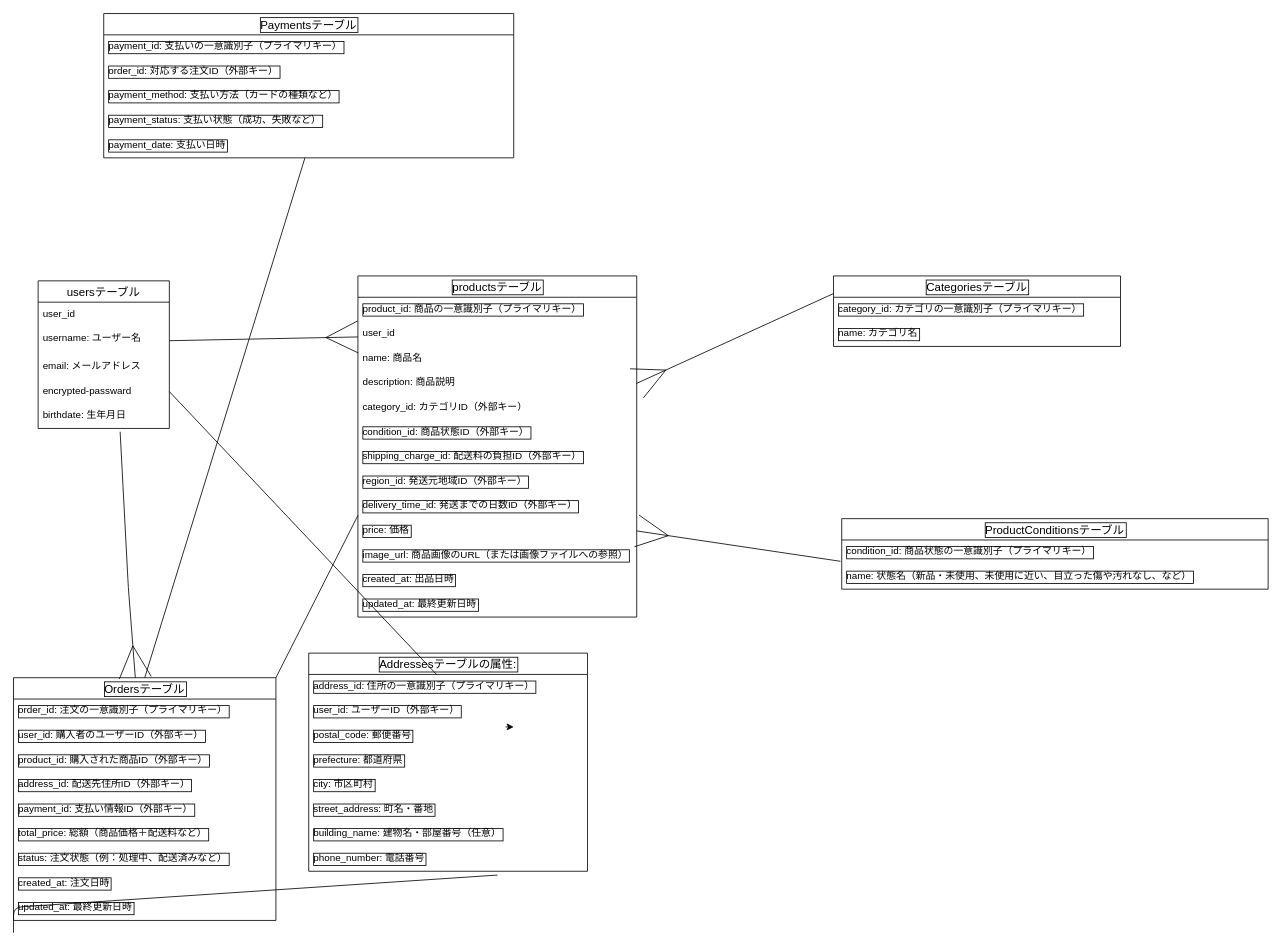
bluepwcst/furima-40031 keeps this draw.io diagram as test.dio. Above is the earlier version. Source tidied: cells renumbered, new cells numbered last; positions are measured from the earlier drawing's top-left corner, leaving out a move shared by most shapes. Both pictures are drawn from the tidied source at 82%, with x=0, y=0 at pixel (13, 13).
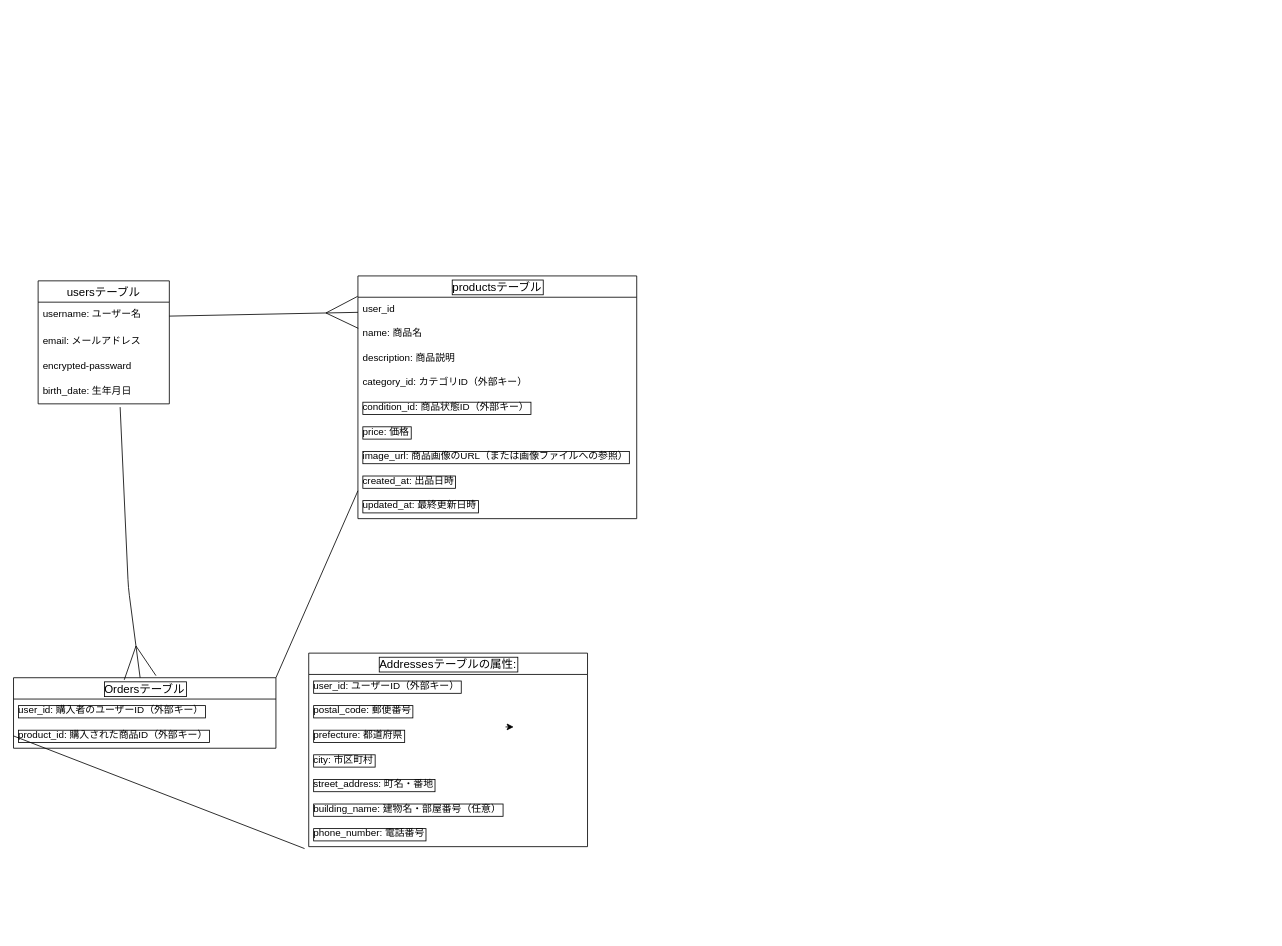
Above is the later version.

Commit message (it also covers changes not shown here):
データベース修正

Change to the diagram source:
```diff
@@
     <mxCell id="2" value="productsテーブル" style="swimlane;fontStyle=0;horizontal=1;startSize=26;align=center;fontSize=14;labelBorderColor=default;" parent="1" vertex="1">
-      <mxGeometry x="420" y="320" width="340" height="416" as="geometry" />
+      <mxGeometry x="420" y="320" width="340" height="296" as="geometry" />
     </mxCell>
-    <mxCell id="3" value="product_id: 商品の一意識別子（プライマリキー）" style="text;strokeColor=none;fillColor=none;spacingLeft=4;spacingRight=4;overflow=hidden;fontSize=12;labelBorderColor=default;" parent="2" vertex="1">
-      <mxGeometry y="26" width="340" height="30" as="geometry" />
-    </mxCell>
     <mxCell id="4" value="user_id&#10;&#10;" style="text;strokeColor=none;fillColor=none;spacingLeft=4;spacingRight=4;overflow=hidden;points=[[0,0.5],[1,0.5]];portConstraint=eastwest;fontSize=12;" parent="2" vertex="1">
-      <mxGeometry y="56" width="340" height="30" as="geometry" />
+      <mxGeometry y="26" width="340" height="30" as="geometry" />
     </mxCell>
     <mxCell id="5" value="name: 商品名" style="text;strokeColor=none;fillColor=none;spacingLeft=4;spacingRight=4;overflow=hidden;fontSize=12;" parent="2" vertex="1">
-      <mxGeometry y="86" width="340" height="30" as="geometry" />
+      <mxGeometry y="56" width="340" height="30" as="geometry" />
     </mxCell>
     <mxCell id="6" value="description: 商品説明" style="text;strokeColor=none;fillColor=none;spacingLeft=4;spacingRight=4;overflow=hidden;points=[[0,0.5],[1,0.5]];portConstraint=eastwest;fontSize=12;" parent="2" vertex="1">
-      <mxGeometry y="116" width="340" height="30" as="geometry" />
+      <mxGeometry y="86" width="340" height="30" as="geometry" />
     </mxCell>
     <mxCell id="7" value="category_id: カテゴリID（外部キー）" style="text;strokeColor=none;fillColor=none;spacingLeft=4;spacingRight=4;overflow=hidden;fontSize=12;" parent="2" vertex="1">
-      <mxGeometry y="146" width="340" height="30" as="geometry" />
+      <mxGeometry y="116" width="340" height="30" as="geometry" />
     </mxCell>
     <mxCell id="8" value="condition_id: 商品状態ID（外部キー）" style="text;strokeColor=none;fillColor=none;spacingLeft=4;spacingRight=4;overflow=hidden;fontSize=12;labelBorderColor=default;" parent="2" vertex="1">
-      <mxGeometry y="176" width="340" height="30" as="geometry" />
+      <mxGeometry y="146" width="340" height="30" as="geometry" />
     </mxCell>
-    <mxCell id="9" value="shipping_charge_id: 配送料の負担ID（外部キー）" style="text;strokeColor=none;fillColor=none;spacingLeft=4;spacingRight=4;overflow=hidden;fontSize=12;labelBorderColor=default;" parent="2" vertex="1">
-      <mxGeometry y="206" width="340" height="30" as="geometry" />
-    </mxCell>
-    <mxCell id="10" value="region_id: 発送元地域ID（外部キー）&#10;" style="text;strokeColor=none;fillColor=none;spacingLeft=4;spacingRight=4;overflow=hidden;fontSize=12;labelBorderColor=default;" parent="2" vertex="1">
-      <mxGeometry y="236" width="340" height="30" as="geometry" />
-    </mxCell>
-    <mxCell id="11" value="delivery_time_id: 発送までの日数ID（外部キー）" style="text;strokeColor=none;fillColor=none;spacingLeft=4;spacingRight=4;overflow=hidden;points=[[0,0.5],[1,0.5]];portConstraint=eastwest;fontSize=12;labelBorderColor=default;" parent="2" vertex="1">
-      <mxGeometry y="266" width="340" height="30" as="geometry" />
-    </mxCell>
     <mxCell id="12" value="price: 価格" style="text;strokeColor=none;fillColor=none;spacingLeft=4;spacingRight=4;overflow=hidden;points=[[0,0.5],[1,0.5]];portConstraint=eastwest;fontSize=12;labelBorderColor=default;" parent="2" vertex="1">
-      <mxGeometry y="296" width="340" height="30" as="geometry" />
+      <mxGeometry y="176" width="340" height="30" as="geometry" />
     </mxCell>
     <mxCell id="13" value="image_url: 商品画像のURL（または画像ファイルへの参照）" style="text;strokeColor=none;fillColor=none;spacingLeft=4;spacingRight=4;overflow=hidden;fontSize=12;labelBorderColor=default;" parent="2" vertex="1">
-      <mxGeometry y="326" width="340" height="30" as="geometry" />
+      <mxGeometry y="206" width="340" height="30" as="geometry" />
     </mxCell>
     <mxCell id="14" value="created_at: 出品日時" style="text;strokeColor=none;fillColor=none;spacingLeft=4;spacingRight=4;overflow=hidden;fontSize=12;labelBorderColor=default;" parent="2" vertex="1">
-      <mxGeometry y="356" width="340" height="30" as="geometry" />
+      <mxGeometry y="236" width="340" height="30" as="geometry" />
     </mxCell>
     <mxCell id="15" value="updated_at: 最終更新日時&#10;" style="text;strokeColor=none;fillColor=none;spacingLeft=4;spacingRight=4;overflow=hidden;fontSize=12;labelBorderColor=default;" parent="2" vertex="1">
-      <mxGeometry y="386" width="340" height="30" as="geometry" />
+      <mxGeometry y="266" width="340" height="30" as="geometry" />
     </mxCell>
     <mxCell id="16" value="usersテーブル" style="swimlane;fontStyle=0;horizontal=1;startSize=26;align=center;fontSize=14;" parent="1" vertex="1">
-      <mxGeometry x="30" y="326" width="160" height="180" as="geometry" />
+      <mxGeometry x="30" y="326" width="160" height="150" as="geometry" />
     </mxCell>
-    <mxCell id="17" value="user_id" style="text;strokeColor=none;fillColor=none;spacingLeft=4;spacingRight=4;overflow=hidden;fontSize=12;" parent="16" vertex="1">
-      <mxGeometry y="26" width="160" height="30" as="geometry" />
-    </mxCell>
     <mxCell id="18" value="username: ユーザー名&#10;" style="text;strokeColor=none;fillColor=none;spacingLeft=4;spacingRight=4;overflow=hidden;points=[[0,0.5],[1,0.5]];portConstraint=eastwest;fontSize=12;" parent="16" vertex="1">
-      <mxGeometry y="56" width="160" height="34" as="geometry" />
+      <mxGeometry y="26" width="160" height="34" as="geometry" />
     </mxCell>
     <mxCell id="19" value="email: メールアドレス&#10;" style="text;strokeColor=none;fillColor=none;spacingLeft=4;spacingRight=4;overflow=hidden;fontSize=12;" parent="16" vertex="1">
-      <mxGeometry y="90" width="160" height="30" as="geometry" />
+      <mxGeometry y="60" width="160" height="30" as="geometry" />
     </mxCell>
     <mxCell id="20" value="encrypted-passward" style="text;strokeColor=none;fillColor=none;spacingLeft=4;spacingRight=4;overflow=hidden;points=[[0,0.5],[1,0.5]];portConstraint=eastwest;fontSize=12;" parent="16" vertex="1">
-      <mxGeometry y="120" width="160" height="30" as="geometry" />
+      <mxGeometry y="90" width="160" height="30" as="geometry" />
     </mxCell>
-    <mxCell id="21" value="birthdate: 生年月日" style="text;strokeColor=none;fillColor=none;spacingLeft=4;spacingRight=4;overflow=hidden;points=[[0,0.5],[1,0.5]];portConstraint=eastwest;fontSize=12;" parent="16" vertex="1">
-      <mxGeometry y="150" width="160" height="30" as="geometry" />
+    <mxCell id="21" value="birth_date: 生年月日" style="text;strokeColor=none;fillColor=none;spacingLeft=4;spacingRight=4;overflow=hidden;points=[[0,0.5],[1,0.5]];portConstraint=eastwest;fontSize=12;" parent="16" vertex="1">
+      <mxGeometry y="120" width="160" height="30" as="geometry" />
     </mxCell>
-    <mxCell id="22" style="edgeStyle=none;html=1;exitX=1;exitY=0;exitDx=0;exitDy=0;entryX=0;entryY=0.867;entryDx=0;entryDy=0;entryPerimeter=0;shadow=0;strokeWidth=1;startArrow=none;startFill=0;endArrow=none;endFill=0;startSize=37;endSize=37;" parent="1" edge="1" source="24" target="11">
-      <mxGeometry relative="1" as="geometry" />
+    <mxCell id="22" style="edgeStyle=none;html=1;exitX=1;exitY=0;exitDx=0;exitDy=0;entryX=0;entryY=0.867;entryDx=0;entryDy=0;entryPerimeter=0;shadow=0;strokeWidth=1;startArrow=none;startFill=0;endArrow=none;endFill=0;startSize=37;endSize=37;" parent="1" edge="1" source="24">
+      <mxGeometry relative="1" as="geometry">
+        <mxPoint x="420" y="582" as="targetPoint" />
+      </mxGeometry>
     </mxCell>
-    <mxCell id="23" style="edgeStyle=none;html=1;exitX=0.5;exitY=0;exitDx=0;exitDy=0;shadow=0;strokeWidth=1;startArrow=none;startFill=0;endArrow=none;endFill=0;startSize=37;endSize=37;elbow=vertical;" parent="1" edge="1" source="24" target="49">
-      <mxGeometry relative="1" as="geometry" />
-    </mxCell>
     <mxCell id="24" value="Ordersテーブル" style="swimlane;fontStyle=0;horizontal=1;startSize=26;align=center;fontSize=14;labelBorderColor=default;" parent="1" vertex="1">
-      <mxGeometry y="810" width="320" height="296" as="geometry" />
+      <mxGeometry y="810" width="320" height="86" as="geometry" />
     </mxCell>
-    <mxCell id="25" value="order_id: 注文の一意識別子（プライマリキー）" style="text;strokeColor=none;fillColor=none;spacingLeft=4;spacingRight=4;overflow=hidden;fontSize=12;labelBorderColor=default;" parent="24" vertex="1">
-      <mxGeometry y="26" width="320" height="30" as="geometry" />
-    </mxCell>
     <mxCell id="26" value="user_id: 購入者のユーザーID（外部キー）" style="text;strokeColor=none;fillColor=none;spacingLeft=4;spacingRight=4;overflow=hidden;fontSize=12;labelBorderColor=default;" parent="24" vertex="1">
-      <mxGeometry y="56" width="320" height="30" as="geometry" />
+      <mxGeometry y="26" width="320" height="30" as="geometry" />
     </mxCell>
     <mxCell id="27" value="product_id: 購入された商品ID（外部キー）" style="text;strokeColor=none;fillColor=none;spacingLeft=4;spacingRight=4;overflow=hidden;points=[[0,0.5],[1,0.5]];portConstraint=eastwest;fontSize=12;labelBorderColor=default;" parent="24" vertex="1">
-      <mxGeometry y="86" width="320" height="30" as="geometry" />
+      <mxGeometry y="56" width="320" height="30" as="geometry" />
     </mxCell>
-    <mxCell id="28" value="address_id: 配送先住所ID（外部キー）" style="text;strokeColor=none;fillColor=none;spacingLeft=4;spacingRight=4;overflow=hidden;fontSize=12;labelBorderColor=default;" parent="24" vertex="1">
-      <mxGeometry y="116" width="320" height="30" as="geometry" />
-    </mxCell>
-    <mxCell id="29" value="payment_id: 支払い情報ID（外部キー）" style="text;strokeColor=none;fillColor=none;spacingLeft=4;spacingRight=4;overflow=hidden;fontSize=12;labelBorderColor=default;" parent="24" vertex="1">
-      <mxGeometry y="146" width="320" height="30" as="geometry" />
-    </mxCell>
-    <mxCell id="30" value="total_price: 総額（商品価格＋配送料など）" style="text;strokeColor=none;fillColor=none;spacingLeft=4;spacingRight=4;overflow=hidden;fontSize=12;labelBorderColor=default;" parent="24" vertex="1">
-      <mxGeometry y="176" width="320" height="30" as="geometry" />
-    </mxCell>
-    <mxCell id="31" value="status: 注文状態（例：処理中、配送済みなど）&#10;" style="text;strokeColor=none;fillColor=none;spacingLeft=4;spacingRight=4;overflow=hidden;fontSize=12;labelBorderColor=default;" parent="24" vertex="1">
-      <mxGeometry y="206" width="320" height="30" as="geometry" />
-    </mxCell>
-    <mxCell id="32" value="created_at: 注文日時&#10;" style="text;strokeColor=none;fillColor=none;spacingLeft=4;spacingRight=4;overflow=hidden;fontSize=12;labelBorderColor=default;" parent="24" vertex="1">
-      <mxGeometry y="236" width="320" height="30" as="geometry" />
-    </mxCell>
-    <mxCell id="33" value="updated_at: 最終更新日時&#10;" style="text;strokeColor=none;fillColor=none;spacingLeft=4;spacingRight=4;overflow=hidden;fontSize=12;labelBorderColor=default;" parent="24" vertex="1">
-      <mxGeometry y="266" width="320" height="30" as="geometry" />
-    </mxCell>
@@
     <mxCell id="35" value="Addressesテーブルの属性:" style="swimlane;fontStyle=0;horizontal=1;startSize=26;align=center;fontSize=14;labelBorderColor=default;" parent="1" vertex="1">
-      <mxGeometry x="360" y="780" width="340" height="266" as="geometry" />
+      <mxGeometry x="360" y="780" width="340" height="236" as="geometry" />
     </mxCell>
-    <mxCell id="36" value="address_id: 住所の一意識別子（プライマリキー）" style="text;strokeColor=none;fillColor=none;spacingLeft=4;spacingRight=4;overflow=hidden;points=[[0,0.5],[1,0.5]];portConstraint=eastwest;fontSize=12;labelBorderColor=default;" parent="35" vertex="1">
-      <mxGeometry y="26" width="340" height="30" as="geometry" />
-    </mxCell>
     <mxCell id="37" value="user_id: ユーザーID（外部キー）" style="text;strokeColor=none;fillColor=none;spacingLeft=4;spacingRight=4;overflow=hidden;fontSize=12;labelBorderColor=default;" parent="35" vertex="1">
-      <mxGeometry y="56" width="340" height="30" as="geometry" />
+      <mxGeometry y="26" width="340" height="30" as="geometry" />
     </mxCell>
     <mxCell id="38" value="postal_code: 郵便番号" style="text;strokeColor=none;fillColor=none;spacingLeft=4;spacingRight=4;overflow=hidden;fontSize=12;labelBorderColor=default;" parent="35" vertex="1">
-      <mxGeometry y="86" width="340" height="30" as="geometry" />
+      <mxGeometry y="56" width="340" height="30" as="geometry" />
     </mxCell>
     <mxCell id="39" value="prefecture: 都道府県" style="text;strokeColor=none;fillColor=none;spacingLeft=4;spacingRight=4;overflow=hidden;fontSize=12;labelBorderColor=default;" parent="35" vertex="1">
-      <mxGeometry y="116" width="340" height="30" as="geometry" />
+      <mxGeometry y="86" width="340" height="30" as="geometry" />
     </mxCell>
     <mxCell id="40" value="city: 市区町村&#10;" style="text;strokeColor=none;fillColor=none;spacingLeft=4;spacingRight=4;overflow=hidden;fontSize=12;labelBorderColor=default;" parent="35" vertex="1">
-      <mxGeometry y="146" width="340" height="30" as="geometry" />
+      <mxGeometry y="116" width="340" height="30" as="geometry" />
     </mxCell>
     <mxCell id="41" value="street_address: 町名・番地&#10;" style="text;strokeColor=none;fillColor=none;spacingLeft=4;spacingRight=4;overflow=hidden;fontSize=12;labelBorderColor=default;" parent="35" vertex="1">
-      <mxGeometry y="176" width="340" height="30" as="geometry" />
+      <mxGeometry y="146" width="340" height="30" as="geometry" />
     </mxCell>
     <mxCell id="42" value="building_name: 建物名・部屋番号（任意）" style="text;strokeColor=none;fillColor=none;spacingLeft=4;spacingRight=4;overflow=hidden;fontSize=12;labelBorderColor=default;" parent="35" vertex="1">
-      <mxGeometry y="206" width="340" height="30" as="geometry" />
+      <mxGeometry y="176" width="340" height="30" as="geometry" />
     </mxCell>
     <mxCell id="43" value="phone_number: 電話番号" style="text;strokeColor=none;fillColor=none;spacingLeft=4;spacingRight=4;overflow=hidden;points=[[0,0.5],[1,0.5]];portConstraint=eastwest;fontSize=12;labelBorderColor=default;" parent="35" vertex="1">
-      <mxGeometry y="236" width="340" height="30" as="geometry" />
+      <mxGeometry y="206" width="340" height="30" as="geometry" />
     </mxCell>
-    <mxCell id="44" value="Paymentsテーブル" style="swimlane;fontStyle=0;horizontal=1;startSize=26;align=center;fontSize=14;labelBorderColor=default;" parent="1" vertex="1">
-      <mxGeometry x="110" width="500" height="176" as="geometry" />
-    </mxCell>
-    <mxCell id="45" value="payment_id: 支払いの一意識別子（プライマリキー）" style="text;strokeColor=none;fillColor=none;spacingLeft=4;spacingRight=4;overflow=hidden;fontSize=12;labelBorderColor=default;" parent="44" vertex="1">
-      <mxGeometry y="26" width="500" height="30" as="geometry" />
-    </mxCell>
-    <mxCell id="46" value="order_id: 対応する注文ID（外部キー）&#10;" style="text;strokeColor=none;fillColor=none;spacingLeft=4;spacingRight=4;overflow=hidden;fontSize=12;labelBorderColor=default;" parent="44" vertex="1">
-      <mxGeometry y="56" width="500" height="30" as="geometry" />
-    </mxCell>
-    <mxCell id="47" value="payment_method: 支払い方法（カードの種類など）&#10;" style="text;strokeColor=none;fillColor=none;spacingLeft=4;spacingRight=4;overflow=hidden;fontSize=12;labelBorderColor=default;" parent="44" vertex="1">
-      <mxGeometry y="86" width="500" height="30" as="geometry" />
-    </mxCell>
-    <mxCell id="48" value="payment_status: 支払い状態（成功、失敗など）" style="text;strokeColor=none;fillColor=none;spacingLeft=4;spacingRight=4;overflow=hidden;fontSize=12;labelBorderColor=default;" parent="44" vertex="1">
-      <mxGeometry y="116" width="500" height="30" as="geometry" />
-    </mxCell>
-    <mxCell id="49" value="payment_date: 支払い日時" style="text;strokeColor=none;fillColor=none;spacingLeft=4;spacingRight=4;overflow=hidden;points=[[0,0.5],[1,0.5]];portConstraint=eastwest;fontSize=12;labelBorderColor=default;" parent="44" vertex="1">
-      <mxGeometry y="146" width="500" height="30" as="geometry" />
-    </mxCell>
@@
-    <mxCell id="51" style="elbow=vertical;html=1;exitX=0;exitY=0.5;exitDx=0;exitDy=0;entryX=0.677;entryY=1.155;entryDx=0;entryDy=0;entryPerimeter=0;shadow=0;strokeWidth=1;startArrow=none;startFill=0;endArrow=none;endFill=0;startSize=37;endSize=37;" parent="1" edge="1" target="43">
-      <mxGeometry relative="1" as="geometry">
-        <mxPoint y="1121" as="sourcePoint" />
-        <Array as="points">
-          <mxPoint y="1090" />
-        </Array>
-      </mxGeometry>
-    </mxCell>
-    <mxCell id="52" style="edgeStyle=none;html=1;exitX=1;exitY=0.5;exitDx=0;exitDy=0;shadow=0;strokeWidth=1;startArrow=none;startFill=0;endArrow=none;endFill=0;startSize=37;endSize=37;elbow=vertical;" parent="1" edge="1" source="20" target="36">
-      <mxGeometry relative="1" as="geometry" />
-    </mxCell>
@@
-    <mxCell id="54" value="Categoriesテーブル" style="swimlane;fontStyle=0;horizontal=1;startSize=26;align=center;fontSize=14;labelBorderColor=default;" parent="1" vertex="1">
-      <mxGeometry x="1000" y="320" width="350" height="86" as="geometry" />
-    </mxCell>
-    <mxCell id="55" value="category_id: カテゴリの一意識別子（プライマリキー）" style="text;strokeColor=none;fillColor=none;spacingLeft=4;spacingRight=4;overflow=hidden;fontSize=12;labelBorderColor=default;" parent="54" vertex="1">
-      <mxGeometry y="26" width="350" height="30" as="geometry" />
-    </mxCell>
-    <mxCell id="56" value="name: カテゴリ名&#10;" style="text;strokeColor=none;fillColor=none;spacingLeft=4;spacingRight=4;overflow=hidden;fontSize=12;labelBorderColor=default;" parent="54" vertex="1">
-      <mxGeometry y="56" width="350" height="30" as="geometry" />
-    </mxCell>
-    <mxCell id="57" value="ProductConditionsテーブル" style="swimlane;fontStyle=0;horizontal=1;startSize=26;align=center;fontSize=14;labelBorderColor=default;" parent="1" vertex="1">
-      <mxGeometry x="1010" y="616" width="520" height="86" as="geometry" />
-    </mxCell>
-    <mxCell id="58" value="condition_id: 商品状態の一意識別子（プライマリキー）" style="text;strokeColor=none;fillColor=none;spacingLeft=4;spacingRight=4;overflow=hidden;fontSize=12;labelBorderColor=default;" parent="57" vertex="1">
-      <mxGeometry y="26" width="520" height="30" as="geometry" />
-    </mxCell>
-    <mxCell id="59" value="name: 状態名（新品・未使用、未使用に近い、目立った傷や汚れなし、など）&#10;" style="text;strokeColor=none;fillColor=none;spacingLeft=4;spacingRight=4;overflow=hidden;points=[[0,0.5],[1,0.5]];portConstraint=eastwest;fontSize=12;labelBorderColor=default;" parent="57" vertex="1">
-      <mxGeometry y="56" width="520" height="30" as="geometry" />
-    </mxCell>
-    <mxCell id="60" style="edgeStyle=none;html=1;exitX=1;exitY=0.5;exitDx=0;exitDy=0;entryX=0;entryY=0.25;entryDx=0;entryDy=0;shadow=0;strokeWidth=1;startArrow=ERmany;startFill=0;endArrow=none;endFill=0;startSize=37;endSize=37;elbow=vertical;" parent="1" edge="1" source="6" target="54">
-      <mxGeometry relative="1" as="geometry" />
-    </mxCell>
-    <mxCell id="61" style="edgeStyle=none;html=1;exitX=1;exitY=0.5;exitDx=0;exitDy=0;entryX=-0.003;entryY=-0.133;entryDx=0;entryDy=0;entryPerimeter=0;shadow=0;strokeWidth=1;startArrow=ERmany;startFill=0;endArrow=none;endFill=0;startSize=37;endSize=37;elbow=vertical;" parent="1" edge="1" source="12" target="59">
-      <mxGeometry relative="1" as="geometry" />
-    </mxCell>
+    <mxCell id="62" style="edgeStyle=none;html=1;exitX=0;exitY=0.5;exitDx=0;exitDy=0;entryX=-0.015;entryY=1.078;entryDx=0;entryDy=0;entryPerimeter=0;shadow=0;strokeWidth=1;startArrow=none;startFill=0;endArrow=none;endFill=0;startSize=37;endSize=37;elbow=vertical;" parent="1" edge="1" source="27" target="43">
+      <mxGeometry relative="1" as="geometry" />
+    </mxCell>
```
